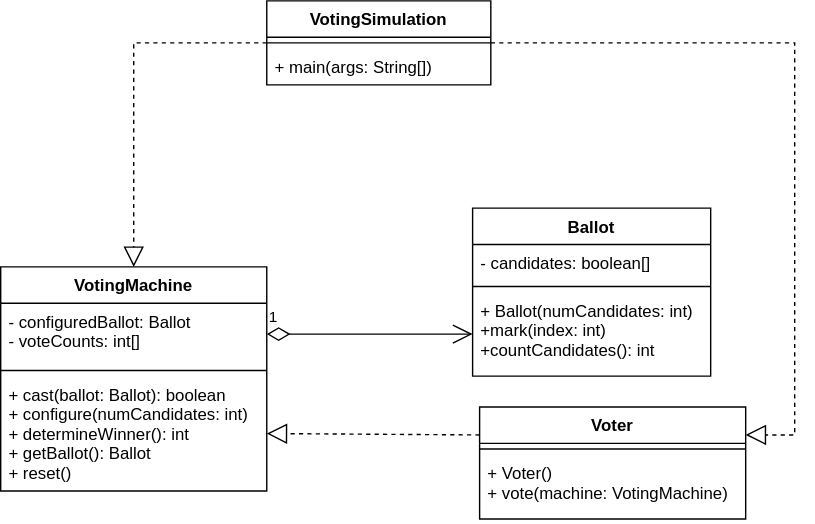
Above: Project 3/src/UML_Diagram.svg in ConnorFleischman/Fleischman-Project (draw.io), before the change. Source tidied: cells renumbered, new cells last; positions are measured from the earlier drawing's top-left corner, leaving out a move shared by most shapes. Its diagram source:
```xml
<mxGraphModel>
  <root>
    <mxCell id="0" />
    <mxCell id="1" parent="0" />
    <mxCell id="2" value="VotingMachine" style="swimlane;fontStyle=1;align=center;verticalAlign=top;horizontal=1;startSize=26;" parent="1" vertex="1">
      <mxGeometry y="190" width="190" height="160" as="geometry" />
    </mxCell>
    <mxCell id="3" value="- configuredBallot: Ballot&#10;- voteCounts: int[]" style="text;strokeColor=none;fillColor=none;align=left;verticalAlign=top;spacingLeft=4;spacingRight=4;overflow=hidden;points=[[0,0.5],[1,0.5]];portConstraint=eastwest;" parent="2" vertex="1">
      <mxGeometry y="26" width="190" height="44" as="geometry" />
    </mxCell>
    <mxCell id="4" style="line;strokeWidth=1;fillColor=none;align=left;verticalAlign=middle;spacingTop=-1;spacingLeft=3;spacingRight=3;labelPosition=right;strokeColor=inherit;" parent="2" vertex="1">
      <mxGeometry y="70" width="190" height="8" as="geometry" />
    </mxCell>
    <mxCell id="5" value="+ cast(ballot: Ballot): boolean&#10;+ configure(numCandidates: int)&#10;+ determineWinner(): int&#10;+ getBallot(): Ballot&#10;+ reset()" style="text;strokeColor=none;fillColor=none;align=left;verticalAlign=top;spacingLeft=4;spacingRight=4;overflow=hidden;points=[[0,0.5],[1,0.5]];portConstraint=eastwest;" parent="2" vertex="1">
      <mxGeometry y="78" width="190" height="82" as="geometry" />
    </mxCell>
    <mxCell id="6" value="VotingSimulation" style="swimlane;fontStyle=1;align=center;verticalAlign=top;horizontal=1;startSize=26;" parent="1" vertex="1">
      <mxGeometry x="190" width="160" height="60" as="geometry" />
    </mxCell>
    <mxCell id="7" style="line;strokeWidth=1;fillColor=none;align=left;verticalAlign=middle;spacingTop=-1;spacingLeft=3;spacingRight=3;labelPosition=right;strokeColor=inherit;" parent="6" vertex="1">
      <mxGeometry y="26" width="160" height="8" as="geometry" />
    </mxCell>
    <mxCell id="8" value="+ main(args: String[])" style="text;strokeColor=none;fillColor=none;align=left;verticalAlign=top;spacingLeft=4;spacingRight=4;overflow=hidden;points=[[0,0.5],[1,0.5]];portConstraint=eastwest;" parent="6" vertex="1">
      <mxGeometry y="34" width="160" height="26" as="geometry" />
    </mxCell>
    <mxCell id="9" style="endArrow=block;dashed=1;endFill=0;endSize=12;html=1;rounded=0;exitX=0;exitY=0.5;exitDx=0;exitDy=0;entryX=0.5;entryY=0;entryDx=0;entryDy=0;" parent="1" edge="1" source="6" target="2">
      <mxGeometry relative="1" as="geometry">
        <Array as="points">
          <mxPoint x="95" y="30" />
        </Array>
      </mxGeometry>
    </mxCell>
    <mxCell id="10" value="Ballot" style="swimlane;fontStyle=1;align=center;verticalAlign=top;horizontal=1;startSize=26;" parent="1" vertex="1">
      <mxGeometry x="337" y="148" width="170" height="120" as="geometry" />
    </mxCell>
    <mxCell id="11" value="- candidates: boolean[]" style="text;strokeColor=none;fillColor=none;align=left;verticalAlign=top;spacingLeft=4;spacingRight=4;overflow=hidden;" parent="10" vertex="1">
      <mxGeometry y="26" width="170" height="26" as="geometry" />
    </mxCell>
    <mxCell id="12" style="line;strokeWidth=1;fillColor=none;align=left;verticalAlign=middle;spacingTop=-1;spacingLeft=3;spacingRight=3;labelPosition=right;strokeColor=inherit;" parent="10" vertex="1">
      <mxGeometry y="52" width="170" height="8" as="geometry" />
    </mxCell>
    <mxCell id="13" value="+ Ballot(numCandidates: int)&#10;+mark(index: int)&#10;+countCandidates(): int" style="text;strokeColor=none;fillColor=none;align=left;verticalAlign=top;spacingLeft=4;spacingRight=4;overflow=hidden;points=[[0,0.5],[1,0.5]];portConstraint=eastwest;" parent="10" vertex="1">
      <mxGeometry y="60" width="170" height="60" as="geometry" />
    </mxCell>
    <mxCell id="14" value="Voter" style="swimlane;fontStyle=1;align=center;verticalAlign=top;horizontal=1;startSize=26;" parent="1" vertex="1">
      <mxGeometry x="342" y="290" width="190" height="80" as="geometry" />
    </mxCell>
    <mxCell id="15" style="line;strokeWidth=1;fillColor=none;align=left;verticalAlign=middle;spacingTop=-1;spacingLeft=3;spacingRight=3;labelPosition=right;strokeColor=inherit;" parent="14" vertex="1">
      <mxGeometry y="26" width="190" height="8" as="geometry" />
    </mxCell>
    <mxCell id="16" value="+ Voter()&#10;+ vote(machine: VotingMachine)" style="text;strokeColor=none;fillColor=none;align=left;verticalAlign=top;spacingLeft=4;spacingRight=4;overflow=hidden;" parent="14" vertex="1">
      <mxGeometry y="34" width="190" height="46" as="geometry" />
    </mxCell>
    <mxCell id="17" style="endArrow=block;dashed=1;endFill=0;endSize=12;html=1;rounded=0;exitX=0;exitY=0.25;exitDx=0;exitDy=0;entryX=1;entryY=0.5;entryDx=0;entryDy=0;" parent="1" edge="1" source="14" target="5">
      <mxGeometry relative="1" as="geometry" />
    </mxCell>
    <mxCell id="18" value="1" style="endArrow=open;html=1;endSize=12;startArrow=diamondThin;startSize=14;startFill=0;edgeStyle=orthogonalEdgeStyle;align=left;verticalAlign=bottom;rounded=0;exitX=1;exitY=0.5;exitDx=0;exitDy=0;entryX=0;entryY=0.5;entryDx=0;entryDy=0;" parent="1" edge="1" source="3" target="13">
      <mxGeometry x="-1" y="3" relative="1" as="geometry" />
    </mxCell>
    <mxCell id="19" style="endArrow=block;dashed=1;endFill=0;endSize=12;html=1;rounded=0;exitX=1;exitY=0.5;exitDx=0;exitDy=0;entryX=1;entryY=0.25;entryDx=0;entryDy=0;" parent="1" edge="1" source="6" target="14">
      <mxGeometry relative="1" as="geometry">
        <Array as="points">
          <mxPoint x="567" y="30" />
          <mxPoint x="567" y="310" />
        </Array>
      </mxGeometry>
    </mxCell>
  </root>
</mxGraphModel>
```
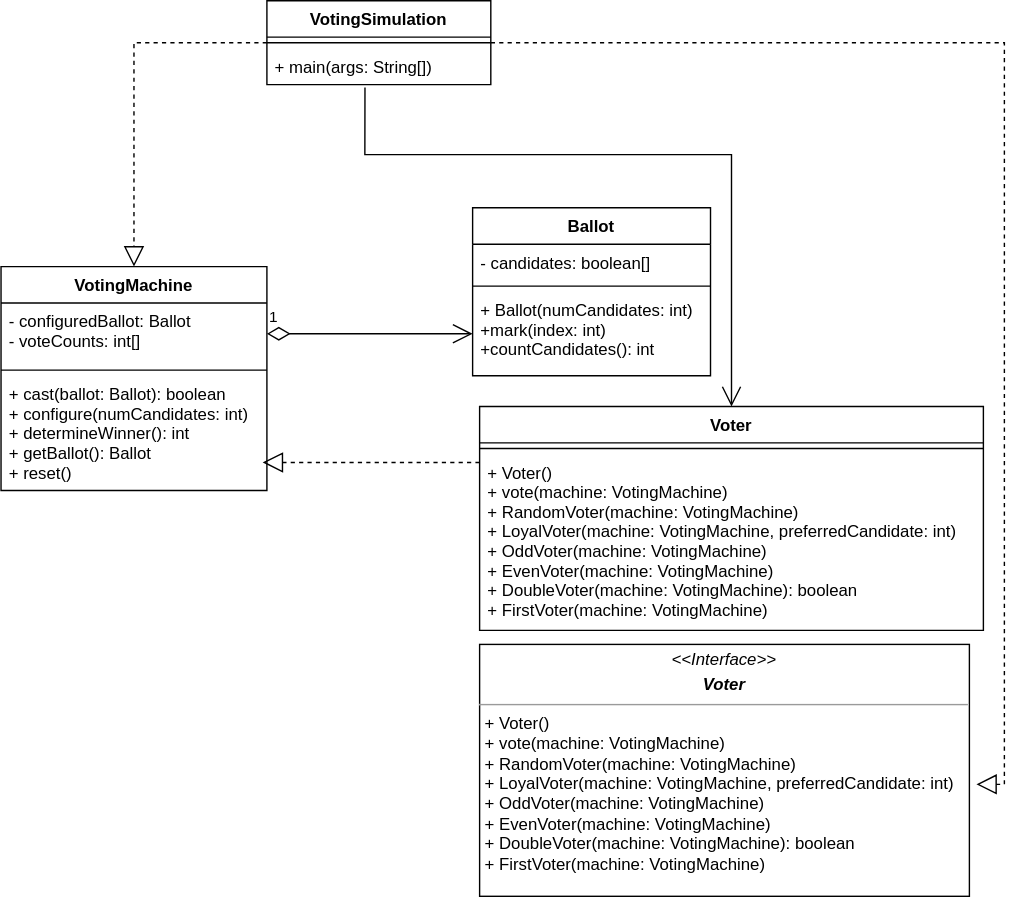
After the commit.

The edit, as a diff of the source:
```diff
@@ -43,27 +43,41 @@
       <mxGeometry y="60" width="170" height="60" as="geometry" />
     </mxCell>
     <mxCell id="14" value="Voter" style="swimlane;fontStyle=1;align=center;verticalAlign=top;horizontal=1;startSize=26;" parent="1" vertex="1">
-      <mxGeometry x="342" y="290" width="190" height="80" as="geometry" />
+      <mxGeometry x="342" y="290" width="360" height="160" as="geometry" />
     </mxCell>
     <mxCell id="15" style="line;strokeWidth=1;fillColor=none;align=left;verticalAlign=middle;spacingTop=-1;spacingLeft=3;spacingRight=3;labelPosition=right;strokeColor=inherit;" parent="14" vertex="1">
-      <mxGeometry y="26" width="190" height="8" as="geometry" />
+      <mxGeometry y="26" width="360" height="8" as="geometry" />
     </mxCell>
-    <mxCell id="16" value="+ Voter()&#10;+ vote(machine: VotingMachine)" style="text;strokeColor=none;fillColor=none;align=left;verticalAlign=top;spacingLeft=4;spacingRight=4;overflow=hidden;" parent="14" vertex="1">
-      <mxGeometry y="34" width="190" height="46" as="geometry" />
+    <mxCell id="16" value="+ Voter()&#10;+ vote(machine: VotingMachine)&#10;+ RandomVoter(machine: VotingMachine)&#10;+ LoyalVoter(machine: VotingMachine, preferredCandidate: int)&#10;+ OddVoter(machine: VotingMachine)&#10;+ EvenVoter(machine: VotingMachine)&#10;+ DoubleVoter(machine: VotingMachine): boolean&#10;+ FirstVoter(machine: VotingMachine)" style="text;strokeColor=none;fillColor=none;align=left;verticalAlign=top;spacingLeft=4;spacingRight=4;overflow=hidden;" parent="14" vertex="1">
+      <mxGeometry y="34" width="360" height="126" as="geometry" />
     </mxCell>
-    <mxCell id="17" style="endArrow=block;dashed=1;endFill=0;endSize=12;html=1;rounded=0;exitX=0;exitY=0.25;exitDx=0;exitDy=0;entryX=1;entryY=0.5;entryDx=0;entryDy=0;" parent="1" edge="1" source="14" target="5">
-      <mxGeometry relative="1" as="geometry" />
+    <mxCell id="17" style="endArrow=block;dashed=1;endFill=0;endSize=12;html=1;rounded=0;exitX=0;exitY=0.25;exitDx=0;exitDy=0;" parent="1" edge="1" source="14">
+      <mxGeometry relative="1" as="geometry">
+        <mxPoint x="187" y="330" as="targetPoint" />
+      </mxGeometry>
     </mxCell>
     <mxCell id="18" value="1" style="endArrow=open;html=1;endSize=12;startArrow=diamondThin;startSize=14;startFill=0;edgeStyle=orthogonalEdgeStyle;align=left;verticalAlign=bottom;rounded=0;exitX=1;exitY=0.5;exitDx=0;exitDy=0;entryX=0;entryY=0.5;entryDx=0;entryDy=0;" parent="1" edge="1" source="3" target="13">
       <mxGeometry x="-1" y="3" relative="1" as="geometry" />
     </mxCell>
-    <mxCell id="19" style="endArrow=block;dashed=1;endFill=0;endSize=12;html=1;rounded=0;exitX=1;exitY=0.5;exitDx=0;exitDy=0;entryX=1;entryY=0.25;entryDx=0;entryDy=0;" parent="1" edge="1" source="6" target="14">
-      <mxGeometry relative="1" as="geometry">
-        <Array as="points">
-          <mxPoint x="567" y="30" />
-          <mxPoint x="567" y="310" />
-        </Array>
-      </mxGeometry>
-    </mxCell>
+    <mxCell id="20" value="&lt;p style=&quot;margin:0px;margin-top:4px;text-align:center;&quot;&gt;&lt;i&gt;&amp;lt;&amp;lt;Interface&amp;gt;&amp;gt;&lt;/i&gt;&lt;/p&gt;&lt;p style=&quot;margin:0px;margin-top:4px;text-align:center;&quot;&gt;&lt;i&gt;&lt;b&gt;Voter&lt;/b&gt;&lt;/i&gt;&lt;/p&gt;&lt;hr size=&quot;1&quot;&gt;&lt;p style=&quot;margin:0px;margin-left:4px;&quot;&gt;+ Voter()&lt;br style=&quot;padding: 0px; margin: 0px;&quot;&gt;+ vote(machine: VotingMachine)&lt;br style=&quot;padding: 0px; margin: 0px;&quot;&gt;+ RandomVoter(machine: VotingMachine)&lt;br style=&quot;padding: 0px; margin: 0px;&quot;&gt;+ LoyalVoter(machine: VotingMachine, preferredCandidate: int)&lt;br style=&quot;padding: 0px; margin: 0px;&quot;&gt;+ OddVoter(machine: VotingMachine)&lt;br style=&quot;padding: 0px; margin: 0px;&quot;&gt;+ EvenVoter(machine: VotingMachine)&lt;br style=&quot;padding: 0px; margin: 0px;&quot;&gt;+ DoubleVoter(machine: VotingMachine): boolean&lt;br style=&quot;padding: 0px; margin: 0px;&quot;&gt;+ FirstVoter(machine: VotingMachine)&lt;br&gt;&lt;/p&gt;" style="verticalAlign=top;align=left;overflow=fill;fontSize=12;fontFamily=Helvetica;html=1;" parent="1" vertex="1">
+      <mxGeometry x="342" y="460" width="350" height="180" as="geometry" />
+    </mxCell>
+    <mxCell id="21" style="endArrow=block;dashed=1;endFill=0;endSize=12;html=1;rounded=0;exitX=1;exitY=0.5;exitDx=0;exitDy=0;" parent="1" edge="1" source="6">
+      <mxGeometry relative="1" as="geometry">
+        <mxPoint x="697" y="560" as="targetPoint" />
+        <Array as="points">
+          <mxPoint x="717" y="30" />
+          <mxPoint x="717" y="560" />
+        </Array>
+      </mxGeometry>
+    </mxCell>
+    <mxCell id="22" style="endArrow=open;endFill=1;endSize=12;html=1;rounded=0;exitX=0.438;exitY=1.077;exitDx=0;exitDy=0;exitPerimeter=0;entryX=0.5;entryY=0;entryDx=0;entryDy=0;" parent="1" edge="1" source="8" target="14">
+      <mxGeometry relative="1" as="geometry">
+        <Array as="points">
+          <mxPoint x="260" y="110" />
+          <mxPoint x="522" y="110" />
+        </Array>
+      </mxGeometry>
+    </mxCell>
   </root>
 </mxGraphModel>
```
